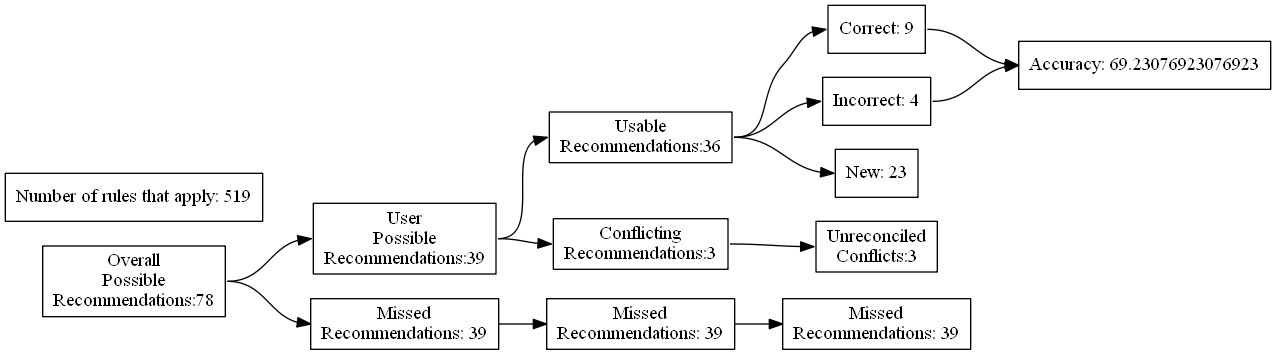
Earlier version of the Graphviz export test_renders/5.gv.png (ZaxR/ibd_diet_analysis). Its source is kept beside it as test_renders/5.gv.
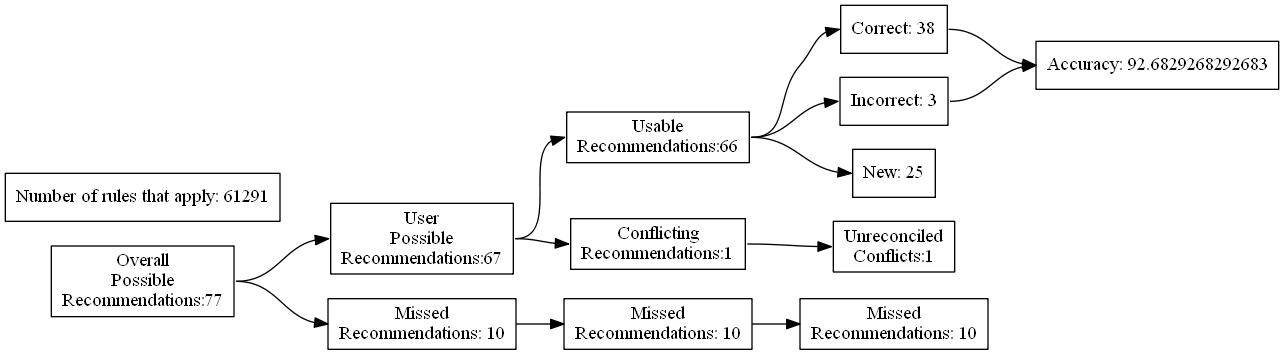
Above is the later version.

The edit, as a diff of the source:
```diff
@@ -4,27 +4,27 @@
 	edge [headport=w tailport=e]
 		A [label="Overall
 Possible
-Recommendations:78"]
+Recommendations:77"]
 		B [label="User
 Possible
-Recommendations:39"]
+Recommendations:67"]
 		C [label="Missed
-Recommendations: 39"]
+Recommendations: 10"]
 		D [label="Usable
-Recommendations:36"]
+Recommendations:66"]
 		E [label="Conflicting
-Recommendations:3"]
+Recommendations:1"]
 		J [label="Missed
-Recommendations: 39"]
+Recommendations: 10"]
 		M [label="Unreconciled
-Conflicts:3"]
-		F [label="Correct: 9"]
-		G [label="Incorrect: 4"]
-		H [label="New: 23"]
+Conflicts:1"]
+		F [label="Correct: 38"]
+		G [label="Incorrect: 3"]
+		H [label="New: 25"]
 		K [label="Missed
-Recommendations: 39"]
-		I [label="Accuracy: 69.23076923076923"]
-		l [label="Number of rules that apply: 519"]
+Recommendations: 10"]
+		I [label="Accuracy: 92.6829268292683"]
+		l [label="Number of rules that apply: 61291"]
 			A -> B
 			A -> C
 			B -> D
```
